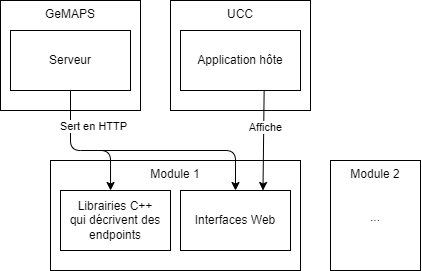
Before: graphics/modulaire.png, a diagram exported from draw.io (ThomasColin1/rapport_pfe). Source tidied: cells renumbered, new cells last; positions are measured from the earlier drawing's top-left corner, leaving out a move shared by most shapes. Source of this version:
```xml
<mxGraphModel>
  <root>
    <mxCell id="0" />
    <mxCell id="1" parent="0" />
    <mxCell id="2" value="GeMAPS" style="whiteSpace=wrap;html=1;verticalAlign=top;" parent="1" vertex="1">
      <mxGeometry width="140" height="110" as="geometry" />
    </mxCell>
    <mxCell id="3" value="UCC" style="whiteSpace=wrap;html=1;verticalAlign=top;" parent="1" vertex="1">
      <mxGeometry x="170" width="140" height="110" as="geometry" />
    </mxCell>
    <mxCell id="4" value="Module 1" style="whiteSpace=wrap;html=1;verticalAlign=top;" parent="1" vertex="1">
      <mxGeometry x="50" y="160" width="250" height="110" as="geometry" />
    </mxCell>
    <mxCell id="5" style="edgeStyle=none;html=1;entryX=0.75;entryY=0;entryDx=0;entryDy=0;exitX=0.697;exitY=0.993;exitDx=0;exitDy=0;exitPerimeter=0;" parent="1" edge="1" source="7" target="13">
      <mxGeometry relative="1" as="geometry" />
    </mxCell>
    <mxCell id="6" value="Affiche" style="edgeLabel;html=1;align=center;verticalAlign=middle;" parent="5" vertex="1">
      <mxGeometry x="-0.28" y="1" relative="1" as="geometry" />
    </mxCell>
    <mxCell id="7" value="Application hôte" style="whiteSpace=wrap;html=1;" parent="1" vertex="1">
      <mxGeometry x="180" y="30" width="120" height="60" as="geometry" />
    </mxCell>
    <mxCell id="8" style="edgeStyle=none;html=1;" parent="1" edge="1" source="11" target="13">
      <mxGeometry relative="1" as="geometry">
        <Array as="points">
          <mxPoint x="70" y="150" />
          <mxPoint x="235" y="150" />
        </Array>
      </mxGeometry>
    </mxCell>
    <mxCell id="9" value="Sert en HTTP" style="edgeLabel;html=1;align=center;verticalAlign=middle;" parent="8" vertex="1">
      <mxGeometry x="0.14" y="1" relative="1" as="geometry">
        <mxPoint x="-69" y="-24" as="offset" />
      </mxGeometry>
    </mxCell>
    <mxCell id="10" style="edgeStyle=none;html=1;entryX=0.455;entryY=0;entryDx=0;entryDy=0;entryPerimeter=0;" parent="1" edge="1" target="12">
      <mxGeometry relative="1" as="geometry">
        <mxPoint x="80" y="150" as="sourcePoint" />
        <Array as="points">
          <mxPoint x="110" y="150" />
        </Array>
      </mxGeometry>
    </mxCell>
    <mxCell id="11" value="Serveur" style="whiteSpace=wrap;html=1;" parent="1" vertex="1">
      <mxGeometry x="10" y="30" width="120" height="60" as="geometry" />
    </mxCell>
    <mxCell id="12" value="Librairies C++&lt;br&gt;qui décrivent des endpoints" style="whiteSpace=wrap;html=1;" parent="1" vertex="1">
      <mxGeometry x="60" y="190" width="110" height="60" as="geometry" />
    </mxCell>
    <mxCell id="13" value="Interfaces Web" style="whiteSpace=wrap;html=1;" parent="1" vertex="1">
      <mxGeometry x="180" y="190" width="110" height="60" as="geometry" />
    </mxCell>
    <mxCell id="14" value="Module 2&lt;br&gt;&lt;br&gt;&lt;br&gt;..." style="whiteSpace=wrap;html=1;verticalAlign=top;" parent="1" vertex="1">
      <mxGeometry x="330" y="160" width="90" height="110" as="geometry" />
    </mxCell>
  </root>
</mxGraphModel>
```
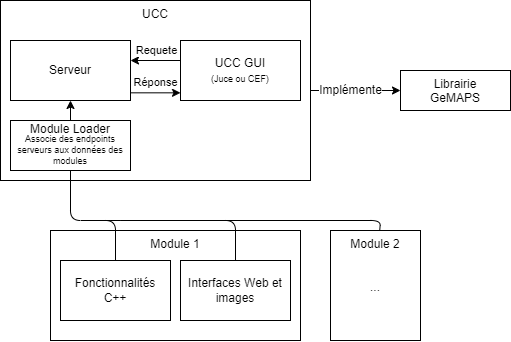
Later version of the same file.

Commit message:
Corrections schemas + powerpoint

Diff of the diagram source:
```diff
@@ -2,56 +2,88 @@
   <root>
     <mxCell id="0" />
     <mxCell id="1" parent="0" />
-    <mxCell id="2" value="GeMAPS" style="whiteSpace=wrap;html=1;verticalAlign=top;" parent="1" vertex="1">
-      <mxGeometry width="140" height="110" as="geometry" />
+    <mxCell id="2" value="Librairie &lt;br&gt;GeMAPS" style="whiteSpace=wrap;html=1;verticalAlign=top;" parent="1" vertex="1">
+      <mxGeometry x="400" width="110" height="40" as="geometry" />
     </mxCell>
+    <mxCell id="15" style="edgeStyle=none;html=1;entryX=0;entryY=0.5;entryDx=0;entryDy=0;fontSize=8;endArrow=classic;endFill=1;" parent="1" edge="1" source="3" target="2">
+      <mxGeometry relative="1" as="geometry" />
+    </mxCell>
+    <mxCell id="16" value="&lt;font style=&quot;font-size: 12px;&quot;&gt;Implémente&lt;/font&gt;" style="edgeLabel;html=1;align=center;verticalAlign=middle;fontSize=8;" parent="15" vertex="1">
+      <mxGeometry x="0.25" y="-2" relative="1" as="geometry">
+        <mxPoint x="-16" y="-2" as="offset" />
+      </mxGeometry>
+    </mxCell>
     <mxCell id="3" value="UCC" style="whiteSpace=wrap;html=1;verticalAlign=top;" parent="1" vertex="1">
-      <mxGeometry x="170" width="140" height="110" as="geometry" />
+      <mxGeometry y="-70" width="310" height="180" as="geometry" />
     </mxCell>
     <mxCell id="4" value="Module 1" style="whiteSpace=wrap;html=1;verticalAlign=top;" parent="1" vertex="1">
       <mxGeometry x="50" y="160" width="250" height="110" as="geometry" />
     </mxCell>
-    <mxCell id="5" style="edgeStyle=none;html=1;entryX=0.75;entryY=0;entryDx=0;entryDy=0;exitX=0.697;exitY=0.993;exitDx=0;exitDy=0;exitPerimeter=0;" parent="1" edge="1" source="7" target="13">
-      <mxGeometry relative="1" as="geometry" />
-    </mxCell>
-    <mxCell id="6" value="Affiche" style="edgeLabel;html=1;align=center;verticalAlign=middle;" parent="5" vertex="1">
-      <mxGeometry x="-0.28" y="1" relative="1" as="geometry" />
-    </mxCell>
+    <mxCell id="17" style="edgeStyle=none;html=1;" parent="1" edge="1">
+      <mxGeometry relative="1" as="geometry">
+        <mxPoint x="180" y="-10" as="sourcePoint" />
+        <mxPoint x="130" y="-10" as="targetPoint" />
+      </mxGeometry>
+    </mxCell>
+    <mxCell id="18" value="Requete" style="edgeLabel;html=1;align=center;verticalAlign=middle;" parent="17" vertex="1">
+      <mxGeometry x="-0.37" y="-2" relative="1" as="geometry">
+        <mxPoint x="-9" y="-8" as="offset" />
+      </mxGeometry>
+    </mxCell>
-    <mxCell id="7" value="Application hôte" style="whiteSpace=wrap;html=1;" parent="1" vertex="1">
-      <mxGeometry x="180" y="30" width="120" height="60" as="geometry" />
+    <mxCell id="7" value="UCC GUI&lt;br&gt;&lt;font style=&quot;font-size: 9px;&quot;&gt;(Juce ou CEF)&lt;/font&gt;" style="whiteSpace=wrap;html=1;" parent="1" vertex="1">
+      <mxGeometry x="180" y="-30" width="120" height="60" as="geometry" />
     </mxCell>
-    <mxCell id="8" style="edgeStyle=none;html=1;" parent="1" edge="1" source="11" target="13">
-      <mxGeometry relative="1" as="geometry">
-        <Array as="points">
-          <mxPoint x="70" y="150" />
-          <mxPoint x="235" y="150" />
-        </Array>
-      </mxGeometry>
-    </mxCell>
-    <mxCell id="9" value="Sert en HTTP" style="edgeLabel;html=1;align=center;verticalAlign=middle;" parent="8" vertex="1">
-      <mxGeometry x="0.14" y="1" relative="1" as="geometry">
-        <mxPoint x="-69" y="-24" as="offset" />
-      </mxGeometry>
-    </mxCell>
-    <mxCell id="10" style="edgeStyle=none;html=1;entryX=0.455;entryY=0;entryDx=0;entryDy=0;entryPerimeter=0;" parent="1" edge="1" target="12">
-      <mxGeometry relative="1" as="geometry">
-        <mxPoint x="80" y="150" as="sourcePoint" />
-        <Array as="points">
-          <mxPoint x="110" y="150" />
-        </Array>
-      </mxGeometry>
-    </mxCell>
     <mxCell id="11" value="Serveur" style="whiteSpace=wrap;html=1;" parent="1" vertex="1">
-      <mxGeometry x="10" y="30" width="120" height="60" as="geometry" />
+      <mxGeometry x="10" y="-30" width="120" height="60" as="geometry" />
     </mxCell>
+    <mxCell id="19" style="edgeStyle=none;html=1;entryX=0.5;entryY=1;entryDx=0;entryDy=0;" parent="1" edge="1" source="12" target="11">
+      <mxGeometry relative="1" as="geometry">
+        <Array as="points">
+          <mxPoint x="115" y="150" />
+          <mxPoint x="70" y="150" />
+        </Array>
+      </mxGeometry>
+    </mxCell>
-    <mxCell id="12" value="Librairies C++&lt;br&gt;qui décrivent des endpoints" style="whiteSpace=wrap;html=1;" parent="1" vertex="1">
+    <mxCell id="12" value="Fonctionnalités &lt;br&gt;C++" style="whiteSpace=wrap;html=1;" parent="1" vertex="1">
       <mxGeometry x="60" y="190" width="110" height="60" as="geometry" />
     </mxCell>
-    <mxCell id="13" value="Interfaces Web" style="whiteSpace=wrap;html=1;" parent="1" vertex="1">
+    <mxCell id="13" value="Interfaces Web et images" style="whiteSpace=wrap;html=1;" parent="1" vertex="1">
       <mxGeometry x="180" y="190" width="110" height="60" as="geometry" />
     </mxCell>
     <mxCell id="14" value="Module 2&lt;br&gt;&lt;br&gt;&lt;br&gt;..." style="whiteSpace=wrap;html=1;verticalAlign=top;" parent="1" vertex="1">
       <mxGeometry x="330" y="160" width="90" height="110" as="geometry" />
     </mxCell>
+    <mxCell id="20" value="&lt;p style=&quot;line-height: 80%;&quot;&gt;Module Loader&lt;br&gt;&lt;font style=&quot;font-size: 9px;&quot;&gt;Associe des endpoints serveurs aux données des modules&lt;/font&gt;&lt;/p&gt;" style="whiteSpace=wrap;html=1;" parent="1" vertex="1">
+      <mxGeometry x="10" y="50" width="120" height="50" as="geometry" />
+    </mxCell>
+    <mxCell id="21" style="edgeStyle=none;html=1;exitX=1;exitY=0.75;exitDx=0;exitDy=0;entryX=0;entryY=0.75;entryDx=0;entryDy=0;" parent="1" edge="1">
+      <mxGeometry relative="1" as="geometry">
+        <mxPoint x="130" y="22.3" as="sourcePoint" />
+        <mxPoint x="180" y="22.3" as="targetPoint" />
+      </mxGeometry>
+    </mxCell>
+    <mxCell id="22" value="Réponse" style="edgeLabel;html=1;align=center;verticalAlign=middle;" parent="21" vertex="1">
+      <mxGeometry x="-0.37" y="-2" relative="1" as="geometry">
+        <mxPoint x="9" y="-13" as="offset" />
+      </mxGeometry>
+    </mxCell>
+    <mxCell id="23" style="edgeStyle=none;html=1;endArrow=none;endFill=0;exitX=0.5;exitY=0;exitDx=0;exitDy=0;" parent="1" edge="1" source="13">
+      <mxGeometry relative="1" as="geometry">
+        <mxPoint x="90" y="150" as="targetPoint" />
+        <Array as="points">
+          <mxPoint x="235" y="150" />
+          <mxPoint x="110" y="150" />
+        </Array>
+      </mxGeometry>
+    </mxCell>
+    <mxCell id="24" style="edgeStyle=none;html=1;endArrow=none;endFill=0;" parent="1" edge="1" source="14">
+      <mxGeometry relative="1" as="geometry">
+        <mxPoint x="90" y="150" as="targetPoint" />
+        <Array as="points">
+          <mxPoint x="380" y="150" />
+          <mxPoint x="110" y="150" />
+        </Array>
+      </mxGeometry>
+    </mxCell>
   </root>
 </mxGraphModel>
```
